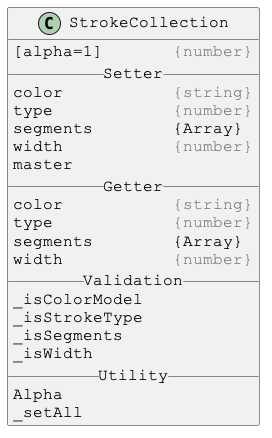
This is docs/PlantUml/images/StrokeCollection.png from Justin-Byrne/canvasLab, a PlantUML export, as it was before one commit.
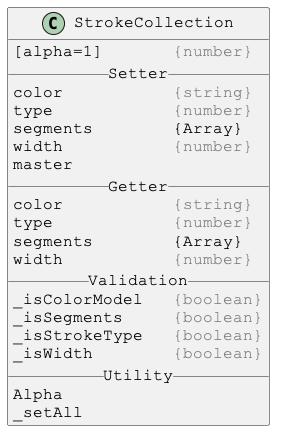
Above is the later version.

Change to the diagram source:
```diff
@@ -17,10 +17,10 @@
 segments        {Array}
 width           <color:gray>{number}</color>
 __ Validation __
-_isColorModel
-_isStrokeType
-_isSegments
-_isWidth
+_isColorModel   <color:gray>{boolean}</color>
+_isSegments     <color:gray>{boolean}</color>
+_isStrokeType   <color:gray>{boolean}</color>
+_isWidth        <color:gray>{boolean}</color>
 __ Utility __
 Alpha
 _setAll
```
